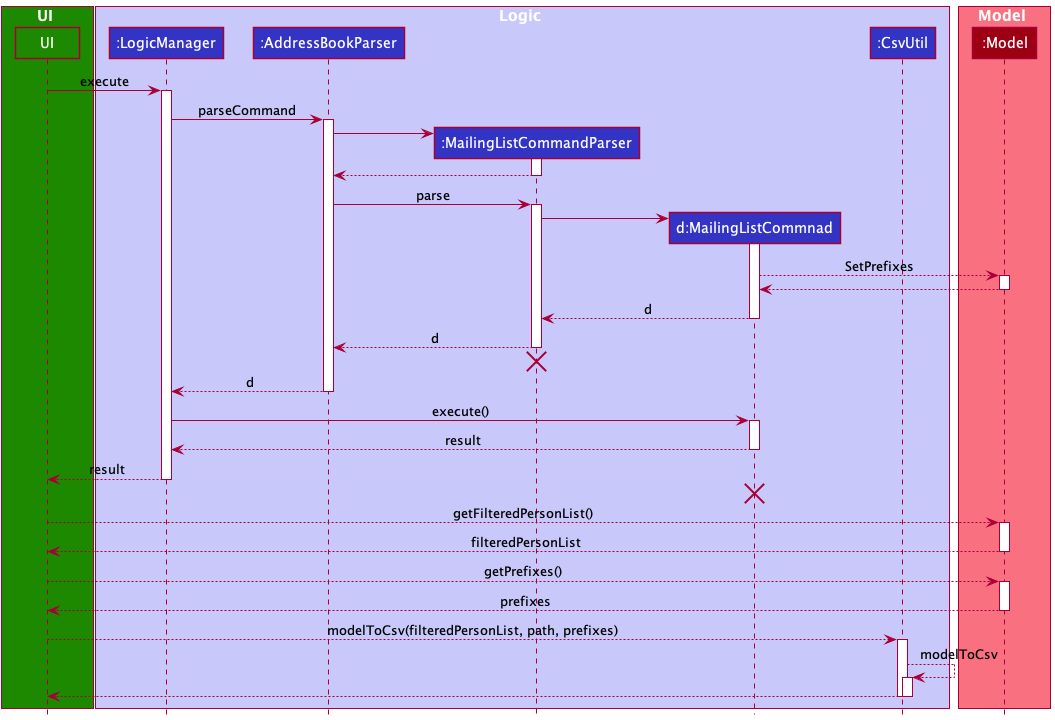
Above: docs/images/MailingListSequenceDiagram.png in nus-cs2103-AY2122S1/tp (PlantUML), before the change.
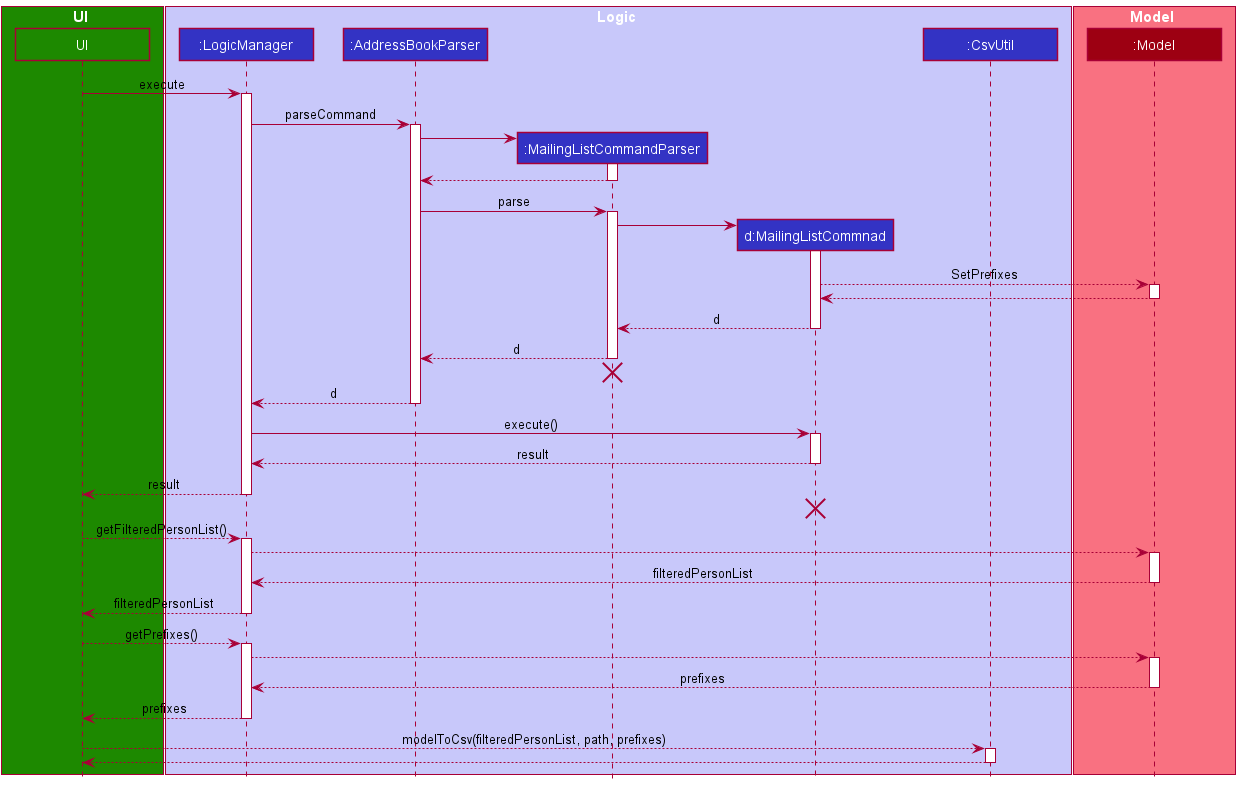
After the change.

Change to the diagram source:
```diff
@@ -2,6 +2,7 @@
 !include style.puml
 
 box UI UI_COLOR
+skinparam minClassWidth 120
 participant "UI" as UI UI_COLOR
 end box
 
@@ -65,21 +66,27 @@
 MailingListCommand -[hidden]-> LogicManager
 destroy MailingListCommand
 
-UI --> Model : getFilteredPersonList()
+UI --> LogicManager : getFilteredPersonList()
+activate LogicManager
+LogicManager --> Model
 activate Model
-Model --> UI : filteredPersonList
+Model --> LogicManager : filteredPersonList
 deactivate Model
-UI --> Model : getPrefixes()
+LogicManager --> UI : filteredPersonList
+deactivate LogicManager
+
+UI --> LogicManager : getPrefixes()
+activate LogicManager
+LogicManager --> Model
 activate Model
-Model --> UI : prefixes
+Model --> LogicManager : prefixes
 deactivate Model
+LogicManager --> UI : prefixes
+deactivate LogicManager
+
 
 UI --> CsvUtil : modelToCsv(filteredPersonList, path, prefixes)
 activate CsvUtil
-
-CsvUtil --> CsvUtil : modelToCsv
-activate CsvUtil
 CsvUtil --> UI
 deactivate CsvUtil
-deactivate CsvUtil
 @enduml
```
